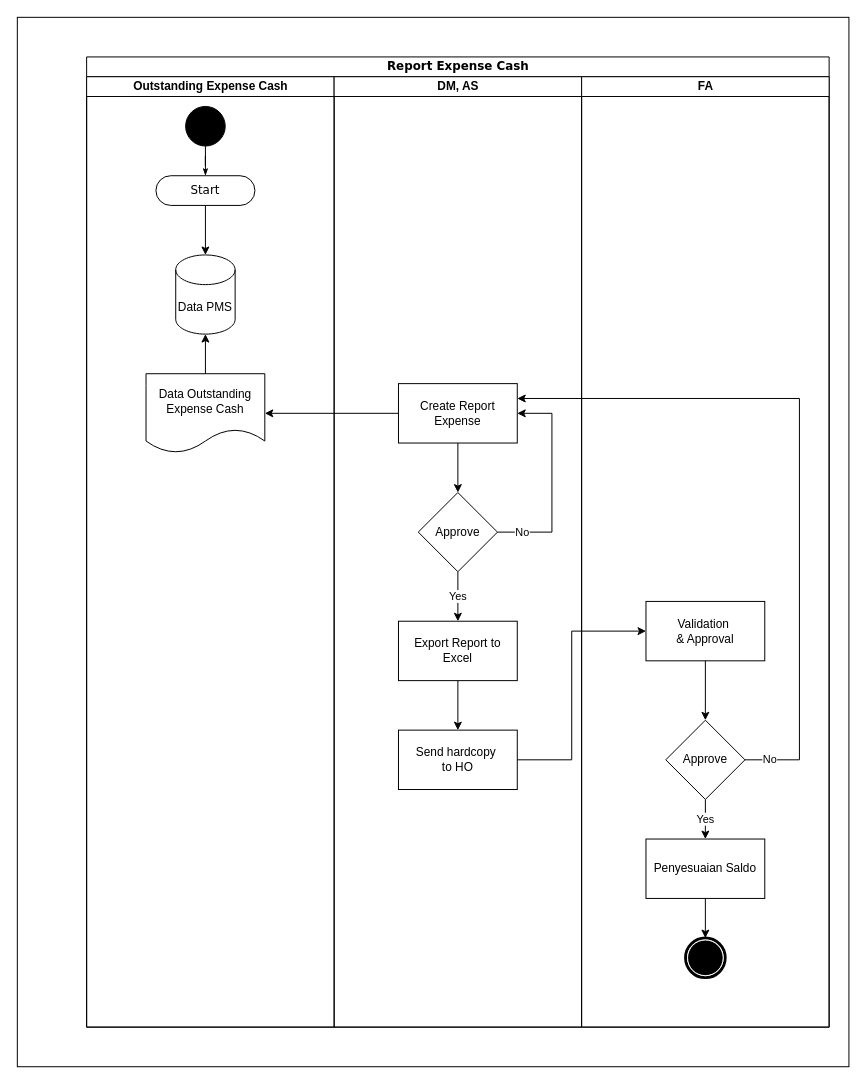
The draw.io diagram PMS Improvement.drawio in muhamadfarkhan/system-analyst, before the edit. Source tidied: cells renumbered, new cells numbered last; positions are measured from the earlier drawing's top-left corner, leaving out a move shared by most shapes. Both pictures are drawn from the tidied source at 99%, with x=0, y=0 at pixel (17, 17).
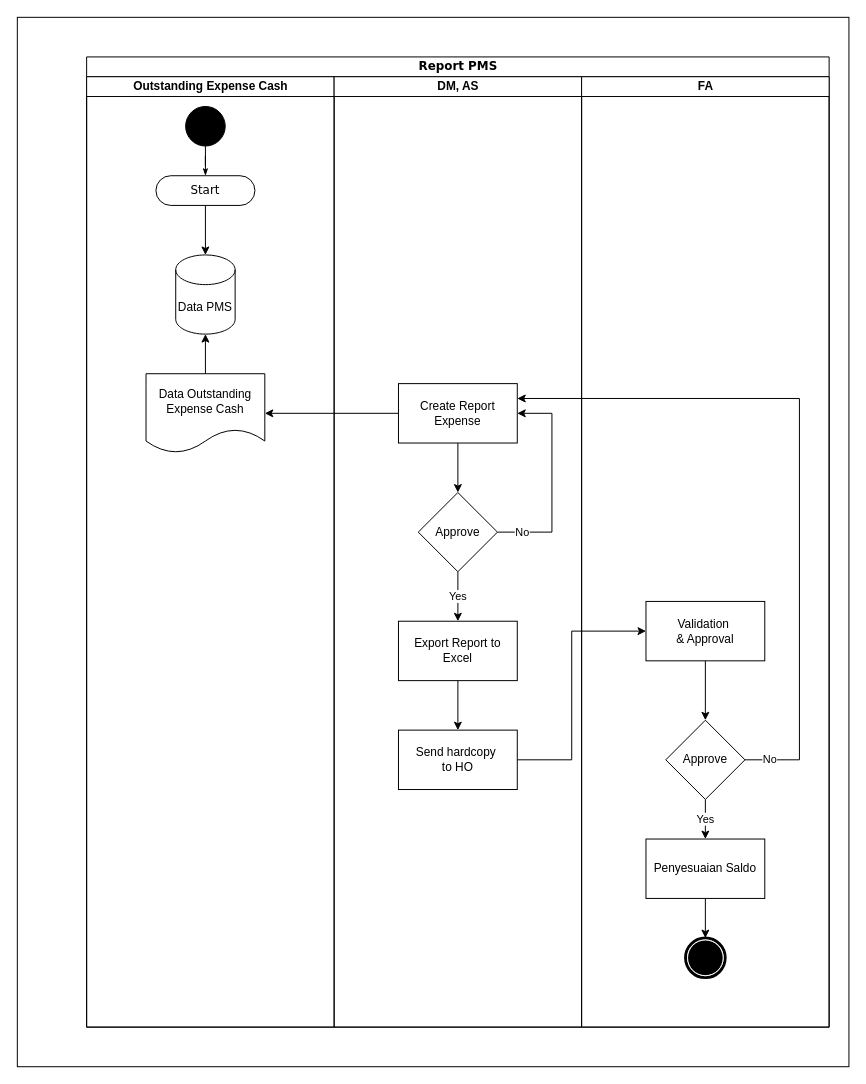
The same diagram, later.

What changed in the source:
```diff
@@
-    <mxCell id="3" value="Report Expense Cash" style="swimlane;html=1;startSize=20;rounded=0;shadow=0;comic=0;labelBackgroundColor=none;strokeWidth=1;fontFamily=Verdana;fontSize=12;align=center;" parent="1" vertex="1">
+    <mxCell id="3" value="Report PMS" style="swimlane;html=1;startSize=20;rounded=0;shadow=0;comic=0;labelBackgroundColor=none;strokeWidth=1;fontFamily=Verdana;fontSize=12;align=center;" parent="1" vertex="1">
       <mxGeometry x="70" y="40" width="750" height="980" as="geometry" />
     </mxCell>
```
